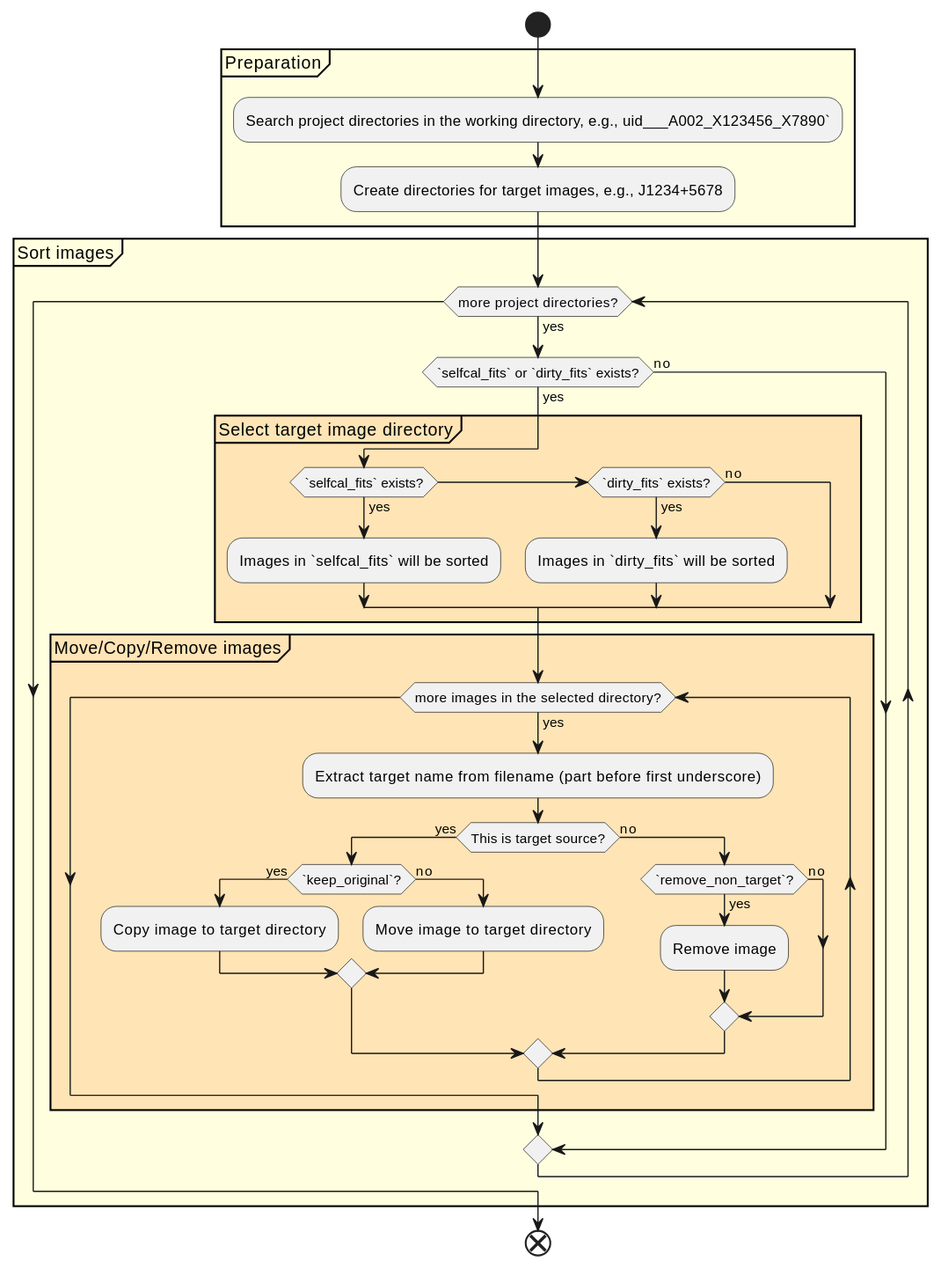
akimasanishida/almaqso keeps this PlantUML diagram as docs/diagrams/L4-almaqso.Almaqso.sort_images-activity.svg. Above is the earlier version. Its diagram source:
```plantuml
@startuml
start

partition "Preparation" #LightYellow {
    :Search project directories in the working directory, e.g., uid___A002_X123456_X7890`;
    :Create directories for target images, e.g., J1234+5678;
}
partition "Sort images" #LightYellow {
    while (more project directories?) is (yes)
        if (`selfcal_fits` or `dirty_fits` exists?) then (yes)
            partition "Select target image directory" #Moccasin {
                if (`selfcal_fits` exists?) then (yes)
                    :Images in `selfcal_fits` will be sorted;
                elseif (`dirty_fits` exists?) then (yes)
                    :Images in `dirty_fits` will be sorted;
                else (no)
                endif
            }
            partition "Move/Copy/Remove images" #Moccasin {
                while (more images in the selected directory?) is (yes)
                    :Extract target name from filename (part before first underscore);
                    if (This is target source?) then (yes)
                        if (`keep_original`?) then (yes)
                            :Copy image to target directory;
                        else (no)
                            :Move image to target directory;
                        endif
                    else (no)
                        if (`remove_non_target`?) then (yes)
                            :Remove image;
                        else (no)
                        endif
                    endif
                endwhile
            }
        else (no)
        endif
    endwhile

}

end
@enduml
```
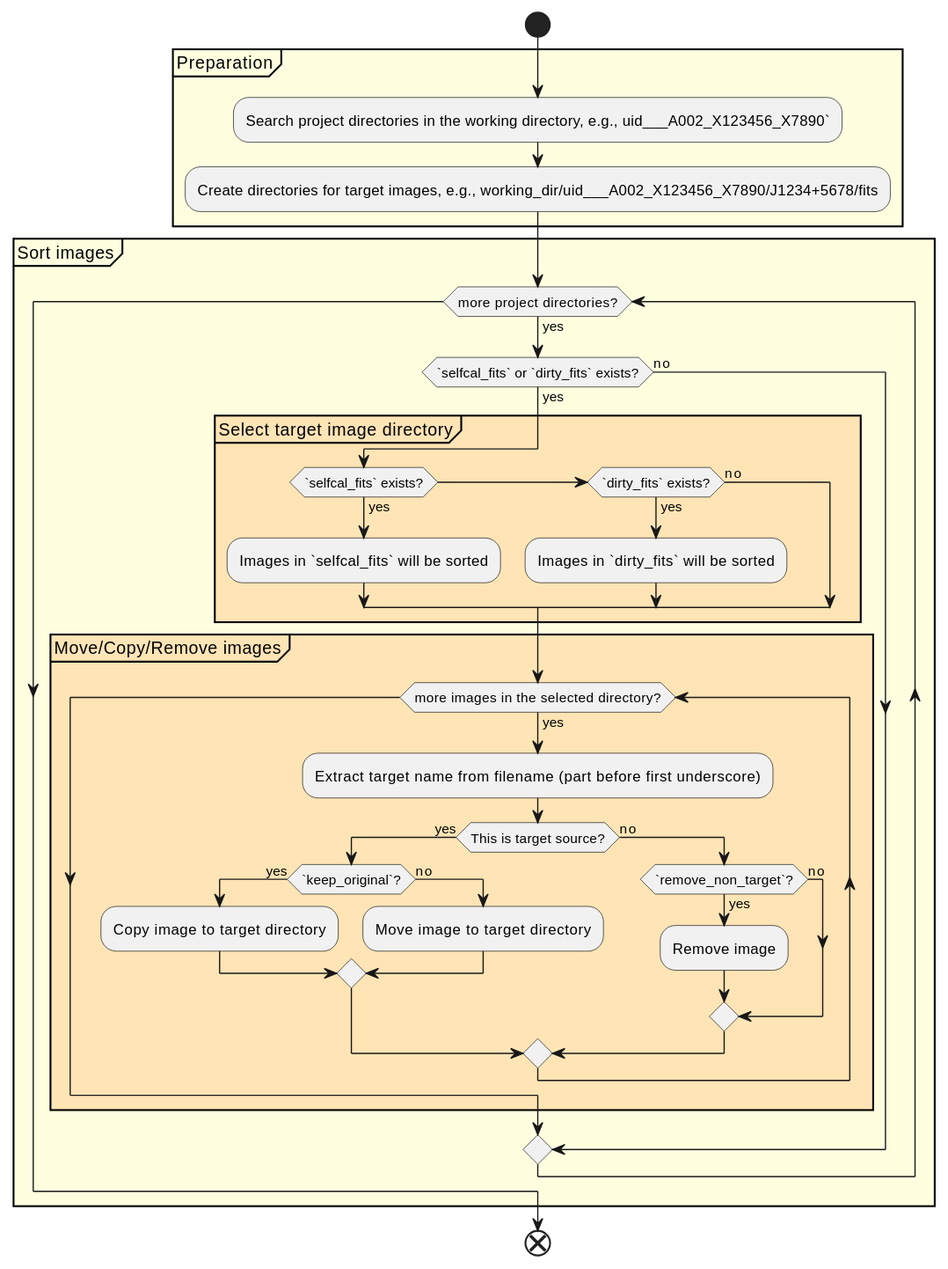
The same file after the commit.

Diff of the diagram source:
```diff
@@ -3,7 +3,7 @@
 
 partition "Preparation" #LightYellow {
     :Search project directories in the working directory, e.g., uid___A002_X123456_X7890`;
-    :Create directories for target images, e.g., J1234+5678;
+    :Create directories for target images, e.g., working_dir/uid___A002_X123456_X7890/J1234+5678/fits;
 }
 partition "Sort images" #LightYellow {
     while (more project directories?) is (yes)
```
